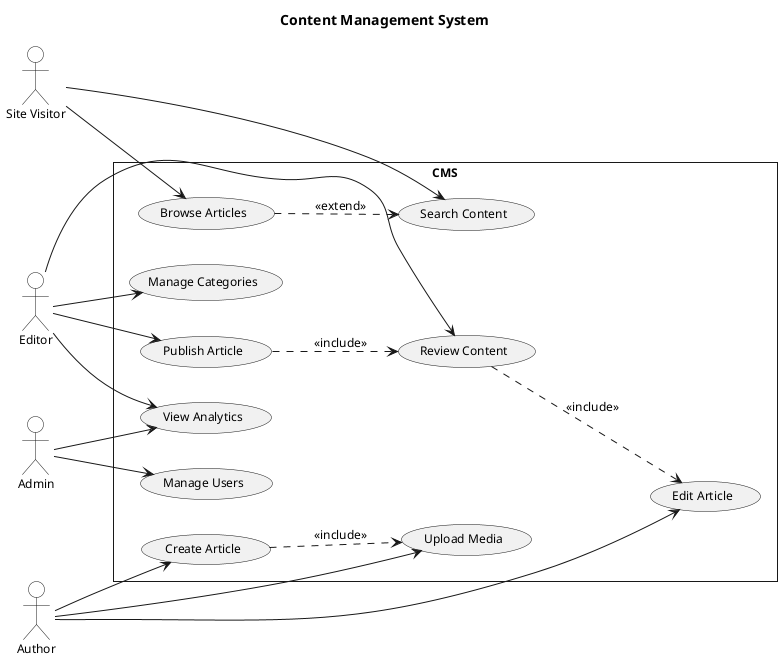
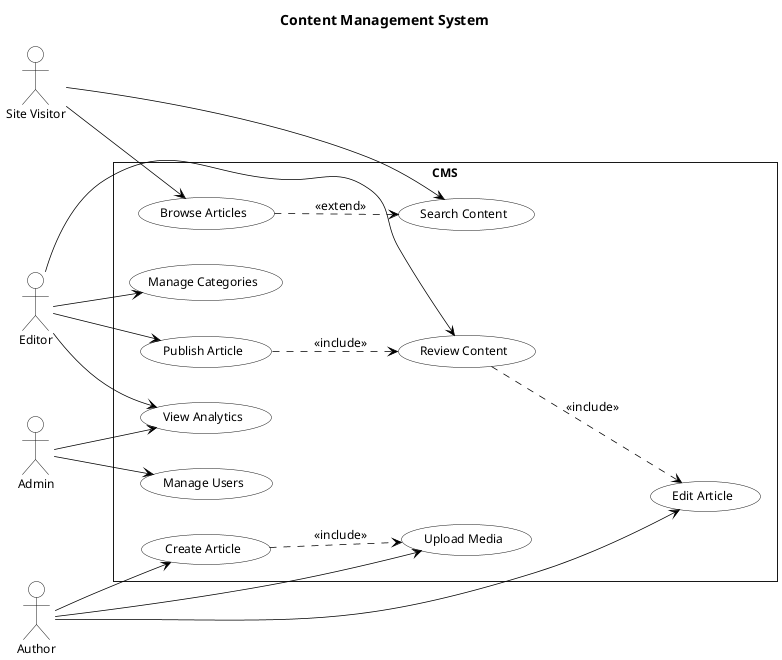
@startuml
- ' OMG-UML Monochrome Style
- skinparam style strictuml
+ ' uml-diagrams.org reference style — strict OMG UML 2.x, monochrome
skinparam monochrome true
- skinparam backgroundColor white
+ skinparam backgroundColor #FFFFFF
skinparam defaultFontName Helvetica
skinparam defaultFontSize 12
skinparam shadowing false
+ skinparam style strictuml
skinparam classAttributeIconSize 0
skinparam sequenceMessageAlign center
- skinparam ActorBackgroundColor white
- skinparam ParticipantBackgroundColor white
- skinparam NoteBackgroundColor white
- skinparam SequenceGroupBackgroundColor white
- skinparam PackageBackgroundColor white
- skinparam ClassBackgroundColor white
- skinparam StereotypeCBackgroundColor white
+ skinparam roundCorner 0
+ 
+ skinparam ActorBackgroundColor #FFFFFF
+ skinparam ParticipantBackgroundColor #FFFFFF
+ skinparam NoteBackgroundColor #FFFFFF
+ skinparam SequenceGroupBackgroundColor #FFFFFF
+ skinparam PackageBackgroundColor #FFFFFF
+ skinparam ClassBackgroundColor #FFFFFF
+ skinparam ObjectBackgroundColor #FFFFFF
+ skinparam StateBackgroundColor #FFFFFF
+ skinparam UsecaseBackgroundColor #FFFFFF
+ skinparam ComponentBackgroundColor #FFFFFF
+ skinparam ActivityBackgroundColor #FFFFFF
+ skinparam NodeBackgroundColor #FFFFFF
+ skinparam DatabaseBackgroundColor #FFFFFF
+ skinparam StereotypeCBackgroundColor #FFFFFF
+ skinparam StereotypeIBackgroundColor #FFFFFF
+ skinparam StereotypeABackgroundColor #FFFFFF
+ skinparam StereotypeEBackgroundColor #FFFFFF
+ 
+ skinparam SequenceLifeLineBorderColor #000000
+ skinparam SequenceLifeLineBackgroundColor #FFFFFF
+ skinparam SequenceLifeLineBorderThickness 0.75
+ skinparam SequenceActivationBackgroundColor #FFFFFF
+ skinparam SequenceActivationBorderColor #000000
+ skinparam SequenceArrowColor #000000
+ skinparam SequenceArrowThickness 0.75
+ skinparam SequenceBoxBackgroundColor #FFFFFF
+ 
+ skinparam ArrowColor #000000
+ skinparam ArrowThickness 0.75
+ skinparam DefaultTextColor #000000

title Content Management System

left to right direction

actor Author
actor Editor
actor Admin
actor "Site Visitor" as Visitor

rectangle "CMS" {
    usecase "Create Article" as UC1
    usecase "Edit Article" as UC2
    usecase "Upload Media" as UC3
    usecase "Review Content" as UC4
    usecase "Publish Article" as UC5
    usecase "Manage Categories" as UC6
    usecase "Manage Users" as UC7
    usecase "View Analytics" as UC8
    usecase "Browse Articles" as UC9
    usecase "Search Content" as UC10
}

Author --> UC1
Author --> UC2
Author --> UC3

Editor --> UC4
Editor --> UC5
Editor --> UC6
Editor --> UC8

Admin --> UC7
Admin --> UC8

Visitor --> UC9
Visitor --> UC10

UC4 ..> UC2 : <<include>>
UC5 ..> UC4 : <<include>>
UC1 ..> UC3 : <<include>>
UC9 ..> UC10 : <<extend>>
@enduml
